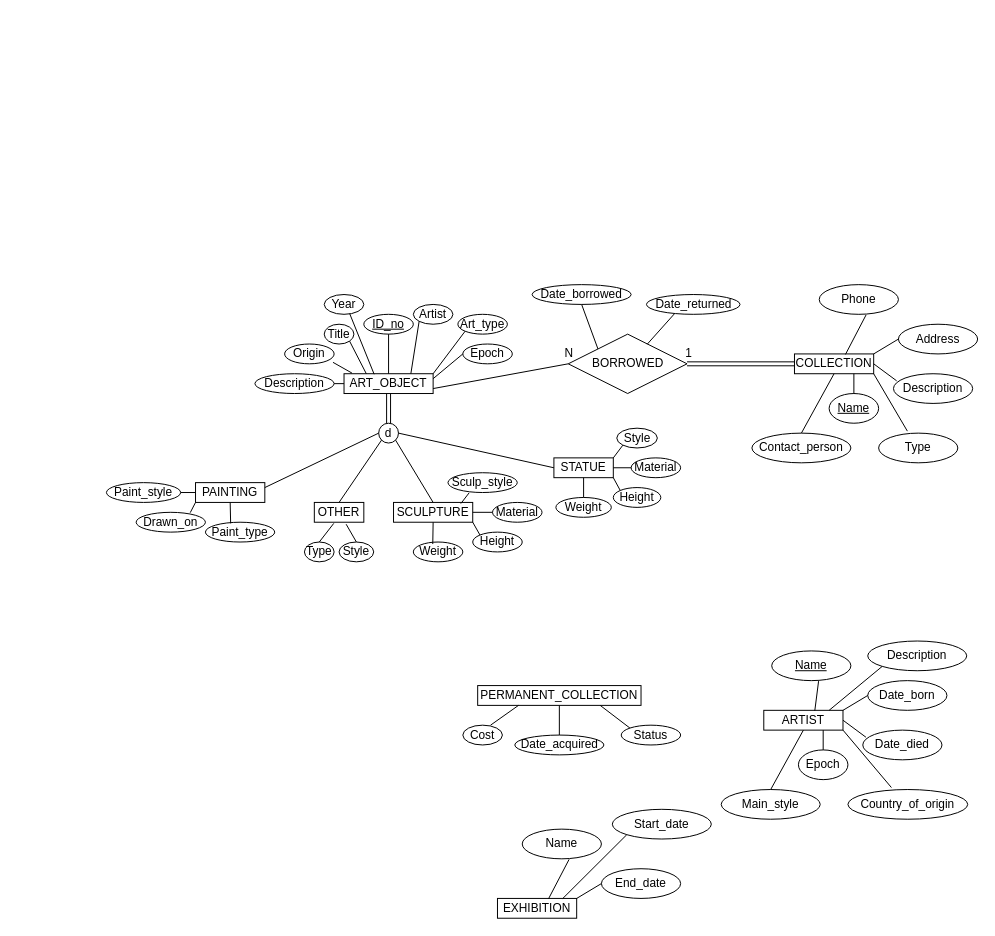
Above: .github/Untitled Diagram.drawio in Maan-Khedr-ENSF-300/museum-project-chantae-katherine (draw.io), before the change. Source tidied: cells renumbered, new cells numbered last; positions are measured from the earlier drawing's top-left corner, leaving out a move shared by most shapes. Both pictures are drawn from the tidied source at 99%, with x=0, y=0 at pixel (106, 284).
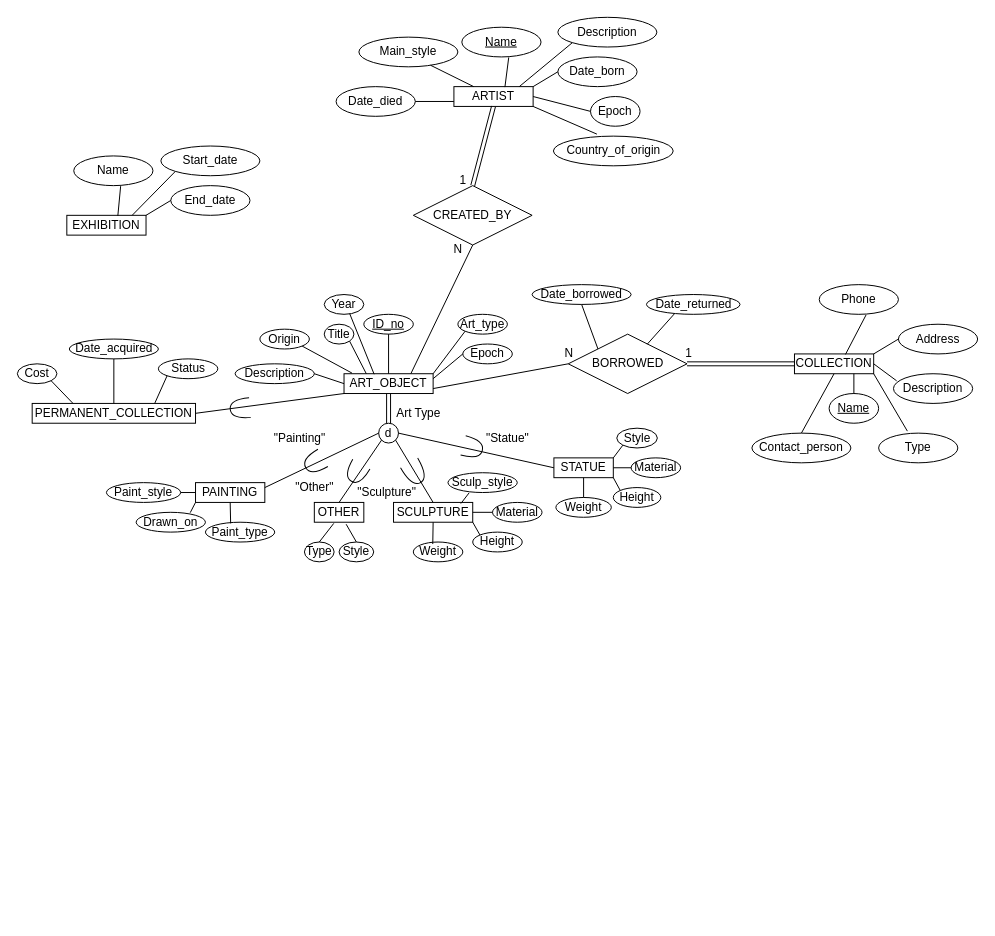
Above is the later version.

Commit message:
Added relationship to artist

Unchanged cells that the change refers to:
```xml
<mxCell id="2" value="ART_OBJECT" style="rounded=0;whiteSpace=wrap;html=1;" parent="1" vertex="1">
  <mxGeometry x="240" y="90" width="90" height="20" as="geometry" />
</mxCell>
```

Change to the diagram source:
```diff
@@
-    <mxCell id="4" value="Artist" style="ellipse;whiteSpace=wrap;html=1;" parent="1" vertex="1">
-      <mxGeometry x="310" y="20" width="40" height="20" as="geometry" />
-    </mxCell>
@@
     <mxCell id="7" value="Description" style="ellipse;whiteSpace=wrap;html=1;" parent="1" vertex="1">
-      <mxGeometry x="150" y="90" width="80" height="20" as="geometry" />
+      <mxGeometry x="130" y="80" width="80" height="20" as="geometry" />
     </mxCell>
@@
     <mxCell id="45" value="ARTIST" style="rounded=0;whiteSpace=wrap;html=1;" parent="1" vertex="1">
-      <mxGeometry x="664" y="430" width="80" height="20" as="geometry" />
+      <mxGeometry x="351" y="-200" width="80" height="20" as="geometry" />
     </mxCell>
     <mxCell id="46" value="Main_style" style="ellipse;whiteSpace=wrap;html=1;align=center;" parent="1" vertex="1">
-      <mxGeometry x="621" y="510" width="100" height="30" as="geometry" />
+      <mxGeometry x="255" y="-250" width="100" height="30" as="geometry" />
     </mxCell>
     <mxCell id="47" value="&lt;u&gt;Name&lt;/u&gt;" style="ellipse;whiteSpace=wrap;html=1;align=center;" parent="1" vertex="1">
-      <mxGeometry x="672" y="370" width="80" height="30" as="geometry" />
+      <mxGeometry x="359" y="-260" width="80" height="30" as="geometry" />
     </mxCell>
     <mxCell id="48" value="Date_born" style="ellipse;whiteSpace=wrap;html=1;align=center;" parent="1" vertex="1">
-      <mxGeometry x="769" y="400" width="80" height="30" as="geometry" />
+      <mxGeometry x="456" y="-230" width="80" height="30" as="geometry" />
     </mxCell>
     <mxCell id="49" value="Date_died" style="ellipse;whiteSpace=wrap;html=1;align=center;" parent="1" vertex="1">
-      <mxGeometry x="764" y="450" width="80" height="30" as="geometry" />
+      <mxGeometry x="232" y="-200" width="80" height="30" as="geometry" />
     </mxCell>
     <mxCell id="50" value="Country_of_origin" style="ellipse;whiteSpace=wrap;html=1;align=center;" parent="1" vertex="1">
-      <mxGeometry x="749" y="510" width="121" height="30" as="geometry" />
+      <mxGeometry x="451.5" y="-150" width="121" height="30" as="geometry" />
     </mxCell>
     <mxCell id="51" value="Epoch" style="ellipse;whiteSpace=wrap;html=1;align=center;" parent="1" vertex="1">
-      <mxGeometry x="699" y="470" width="50" height="30" as="geometry" />
+      <mxGeometry x="489" y="-190" width="50" height="30" as="geometry" />
     </mxCell>
-    <mxCell id="52" style="endArrow=none;html=1;rounded=0;exitX=0.5;exitY=0;exitDx=0;exitDy=0;entryX=0.5;entryY=1;entryDx=0;entryDy=0;" parent="1" edge="1" source="46" target="45">
-      <mxGeometry relative="1" as="geometry" />
-    </mxCell>
-    <mxCell id="53" style="endArrow=none;html=1;rounded=0;entryX=0.5;entryY=0;entryDx=0;entryDy=0;exitX=0.75;exitY=1;exitDx=0;exitDy=0;" parent="1" edge="1" source="45" target="51">
-      <mxGeometry relative="1" as="geometry" />
-    </mxCell>
@@
-    <mxCell id="57" style="endArrow=none;html=1;rounded=0;exitX=1;exitY=0.5;exitDx=0;exitDy=0;entryX=0.04;entryY=0.239;entryDx=0;entryDy=0;entryPerimeter=0;" parent="1" edge="1" source="45" target="49">
-      <mxGeometry relative="1" as="geometry" />
-    </mxCell>
     <mxCell id="58" value="Description" style="ellipse;whiteSpace=wrap;html=1;align=center;" parent="1" vertex="1">
-      <mxGeometry x="769" y="360" width="100" height="30" as="geometry" />
+      <mxGeometry x="456" y="-270" width="100" height="30" as="geometry" />
     </mxCell>
     <mxCell id="59" style="endArrow=none;html=1;rounded=0;entryX=0;entryY=1;entryDx=0;entryDy=0;" parent="1" edge="1" target="58">
       <mxGeometry relative="1" as="geometry">
-        <mxPoint x="730" y="430" as="sourcePoint" />
+        <mxPoint x="417" y="-200" as="sourcePoint" />
       </mxGeometry>
     </mxCell>
     <mxCell id="60" value="EXHIBITION" style="rounded=0;whiteSpace=wrap;html=1;" parent="1" vertex="1">
-      <mxGeometry x="395" y="620" width="80" height="20" as="geometry" />
+      <mxGeometry x="-40" y="-70" width="80" height="20" as="geometry" />
     </mxCell>
     <mxCell id="61" value="Name" style="ellipse;whiteSpace=wrap;html=1;align=center;" parent="1" vertex="1">
-      <mxGeometry x="420" y="550" width="80" height="30" as="geometry" />
+      <mxGeometry x="-33" y="-130" width="80" height="30" as="geometry" />
     </mxCell>
     <mxCell id="62" value="End_date" style="ellipse;whiteSpace=wrap;html=1;align=center;" parent="1" vertex="1">
-      <mxGeometry x="500" y="590" width="80" height="30" as="geometry" />
+      <mxGeometry x="65" y="-100" width="80" height="30" as="geometry" />
     </mxCell>
@@
     <mxCell id="65" value="Start_date" style="ellipse;whiteSpace=wrap;html=1;align=center;" parent="1" vertex="1">
-      <mxGeometry x="511" y="530" width="100" height="30" as="geometry" />
+      <mxGeometry x="55" y="-140" width="100" height="30" as="geometry" />
     </mxCell>
     <mxCell id="66" style="endArrow=none;html=1;rounded=0;entryX=0;entryY=1;entryDx=0;entryDy=0;" parent="1" edge="1" target="65">
       <mxGeometry relative="1" as="geometry">
-        <mxPoint x="461" y="620" as="sourcePoint" />
+        <mxPoint x="26" y="-70" as="sourcePoint" />
       </mxGeometry>
     </mxCell>
@@
     <mxCell id="77" value="Origin" style="ellipse;whiteSpace=wrap;html=1;" parent="1" vertex="1">
-      <mxGeometry x="180" y="60" width="50" height="20" as="geometry" />
+      <mxGeometry x="155" y="45" width="50" height="20" as="geometry" />
     </mxCell>
-    <mxCell id="78" style="endArrow=none;html=1;rounded=0;entryX=0.977;entryY=0.925;entryDx=0;entryDy=0;entryPerimeter=0;exitX=0.089;exitY=-0.033;exitDx=0;exitDy=0;exitPerimeter=0;" parent="1" edge="1" source="2" target="77">
+    <mxCell id="78" style="endArrow=none;html=1;rounded=0;entryX=1;entryY=1;entryDx=0;entryDy=0;exitX=0.089;exitY=-0.033;exitDx=0;exitDy=0;exitPerimeter=0;" parent="1" edge="1" source="2" target="77">
       <mxGeometry relative="1" as="geometry" />
     </mxCell>
@@
-    <mxCell id="80" style="endArrow=none;html=1;rounded=0;entryX=0;entryY=1;entryDx=0;entryDy=0;exitX=0.75;exitY=0;exitDx=0;exitDy=0;" parent="1" edge="1" source="2" target="4">
-      <mxGeometry relative="1" as="geometry" />
-    </mxCell>
@@
     <mxCell id="83" value="PERMANENT_COLLECTION" style="rounded=0;whiteSpace=wrap;html=1;" parent="1" vertex="1">
-      <mxGeometry x="375" y="405" width="165" height="20" as="geometry" />
+      <mxGeometry x="-75" y="120" width="165" height="20" as="geometry" />
     </mxCell>
     <mxCell id="84" value="Date_acquired" style="ellipse;whiteSpace=wrap;html=1;" parent="1" vertex="1">
-      <mxGeometry x="412.5" y="455" width="90" height="20" as="geometry" />
+      <mxGeometry x="-37.5" y="55" width="90" height="20" as="geometry" />
     </mxCell>
     <mxCell id="85" value="Status" style="ellipse;whiteSpace=wrap;html=1;" parent="1" vertex="1">
-      <mxGeometry x="520" y="445" width="60" height="20" as="geometry" />
+      <mxGeometry x="52.5" y="75" width="60" height="20" as="geometry" />
     </mxCell>
     <mxCell id="86" value="Cost" style="ellipse;whiteSpace=wrap;html=1;" parent="1" vertex="1">
-      <mxGeometry x="360" y="445" width="40" height="20" as="geometry" />
+      <mxGeometry x="-90" y="80" width="40" height="20" as="geometry" />
     </mxCell>
-    <mxCell id="87" style="endArrow=none;html=1;rounded=0;entryX=0.5;entryY=1;entryDx=0;entryDy=0;exitX=0.5;exitY=0;exitDx=0;exitDy=0;" parent="1" edge="1" source="84" target="83">
-      <mxGeometry relative="1" as="geometry" />
-    </mxCell>
-    <mxCell id="88" style="endArrow=none;html=1;rounded=0;exitX=0.7;exitY=0;exitDx=0;exitDy=0;exitPerimeter=0;entryX=0.25;entryY=1;entryDx=0;entryDy=0;" parent="1" edge="1" source="86" target="83">
-      <mxGeometry relative="1" as="geometry" />
-    </mxCell>
-    <mxCell id="89" style="endArrow=none;html=1;rounded=0;entryX=0;entryY=0;entryDx=0;entryDy=0;exitX=0.75;exitY=1;exitDx=0;exitDy=0;" parent="1" edge="1" source="83" target="85">
-      <mxGeometry relative="1" as="geometry" />
-    </mxCell>
@@
+    <mxCell id="106" style="shape=requiredInterface;html=1;verticalLabelPosition=bottom;sketch=0;rotation=-210;" parent="1" vertex="1">
+      <mxGeometry x="200" y="170" width="20" height="20" as="geometry" />
+    </mxCell>
+    <mxCell id="107" style="shape=requiredInterface;html=1;verticalLabelPosition=bottom;sketch=0;rotation=120;" parent="1" vertex="1">
+      <mxGeometry x="242.5" y="180" width="20" height="20" as="geometry" />
+    </mxCell>
+    <mxCell id="108" style="shape=requiredInterface;html=1;verticalLabelPosition=bottom;sketch=0;rotation=60;" parent="1" vertex="1">
+      <mxGeometry x="300" y="180" width="23" height="20" as="geometry" />
+    </mxCell>
+    <mxCell id="109" style="shape=requiredInterface;html=1;verticalLabelPosition=bottom;sketch=0;rotation=15;" parent="1" vertex="1">
+      <mxGeometry x="360" y="155" width="20" height="20" as="geometry" />
+    </mxCell>
+    <mxCell id="110" style="endArrow=none;html=1;rounded=0;exitX=1;exitY=0.5;exitDx=0;exitDy=0;entryX=0;entryY=0.75;entryDx=0;entryDy=0;" parent="1" edge="1" source="49" target="45">
+      <mxGeometry relative="1" as="geometry" />
+    </mxCell>
+    <mxCell id="111" value="Art Type" style="text;html=1;align=center;verticalAlign=middle;strokeColor=none;fillColor=none;" parent="1" vertex="1">
+      <mxGeometry x="280" y="115" width="70" height="30" as="geometry" />
+    </mxCell>
+    <mxCell id="112" value="&quot;Painting&quot;" style="text;html=1;align=center;verticalAlign=middle;strokeColor=none;fillColor=none;" parent="1" vertex="1">
+      <mxGeometry x="155" y="140" width="80" height="30" as="geometry" />
+    </mxCell>
+    <mxCell id="113" value="&quot;Other&quot;" style="text;html=1;align=center;verticalAlign=middle;strokeColor=none;fillColor=none;" parent="1" vertex="1">
+      <mxGeometry x="180" y="190" width="60" height="30" as="geometry" />
+    </mxCell>
+    <mxCell id="114" value="&quot;Sculpture&quot;" style="text;html=1;align=center;verticalAlign=middle;strokeColor=none;fillColor=none;" parent="1" vertex="1">
+      <mxGeometry x="243" y="195" width="80" height="30" as="geometry" />
+    </mxCell>
+    <mxCell id="115" value="&quot;Statue&quot;" style="text;html=1;align=center;verticalAlign=middle;strokeColor=none;fillColor=none;" parent="1" vertex="1">
+      <mxGeometry x="370" y="140" width="70" height="30" as="geometry" />
+    </mxCell>
+    <mxCell id="116" style="endArrow=none;html=1;rounded=0;entryX=0.5;entryY=1;entryDx=0;entryDy=0;exitX=0.5;exitY=0;exitDx=0;exitDy=0;" parent="1" edge="1" source="83" target="84">
+      <mxGeometry relative="1" as="geometry" />
+    </mxCell>
+    <mxCell id="117" style="endArrow=none;html=1;rounded=0;entryX=1;entryY=1;entryDx=0;entryDy=0;exitX=0.25;exitY=0;exitDx=0;exitDy=0;" parent="1" edge="1" source="83" target="86">
+      <mxGeometry relative="1" as="geometry" />
+    </mxCell>
+    <mxCell id="89" style="endArrow=none;html=1;rounded=0;entryX=0;entryY=1;entryDx=0;entryDy=0;exitX=0.75;exitY=0;exitDx=0;exitDy=0;" parent="1" edge="1" source="83" target="85">
+      <mxGeometry relative="1" as="geometry" />
+    </mxCell>
+    <mxCell id="118" style="endArrow=none;html=1;rounded=0;entryX=0;entryY=1;entryDx=0;entryDy=0;exitX=1;exitY=0.5;exitDx=0;exitDy=0;" parent="1" edge="1" source="83" target="2">
+      <mxGeometry relative="1" as="geometry" />
+    </mxCell>
+    <mxCell id="119" style="shape=requiredInterface;html=1;verticalLabelPosition=bottom;sketch=0;rotation=-185;" parent="1" vertex="1">
+      <mxGeometry x="125" y="115" width="20" height="20" as="geometry" />
+    </mxCell>
+    <mxCell id="120" style="endArrow=none;html=1;rounded=0;entryX=0.724;entryY=0.947;entryDx=0;entryDy=0;entryPerimeter=0;exitX=0.25;exitY=0;exitDx=0;exitDy=0;" parent="1" edge="1" source="45" target="46">
+      <mxGeometry relative="1" as="geometry" />
+    </mxCell>
+    <mxCell id="53" style="endArrow=none;html=1;rounded=0;entryX=0;entryY=0.5;entryDx=0;entryDy=0;exitX=1;exitY=0.5;exitDx=0;exitDy=0;" parent="1" edge="1" source="45" target="51">
+      <mxGeometry relative="1" as="geometry" />
+    </mxCell>
+    <mxCell id="121" value="CREATED_BY" style="shape=rhombus;perimeter=rhombusPerimeter;whiteSpace=wrap;html=1;align=center;" parent="1" vertex="1">
+      <mxGeometry x="310" y="-100" width="120" height="60" as="geometry" />
+    </mxCell>
+    <mxCell id="122" style="shape=link;html=1;rounded=0;entryX=0.5;entryY=1;entryDx=0;entryDy=0;exitX=0.5;exitY=0;exitDx=0;exitDy=0;" parent="1" edge="1" source="121" target="45">
+      <mxGeometry relative="1" as="geometry" />
+    </mxCell>
+    <mxCell id="123" style="endArrow=none;html=1;rounded=0;exitX=0.75;exitY=0;exitDx=0;exitDy=0;entryX=0.5;entryY=1;entryDx=0;entryDy=0;" parent="1" edge="1" source="2" target="121">
+      <mxGeometry relative="1" as="geometry" />
+    </mxCell>
+    <mxCell id="124" value="1" style="text;html=1;align=center;verticalAlign=middle;strokeColor=none;fillColor=none;" parent="1" vertex="1">
+      <mxGeometry x="345" y="-120" width="30" height="30" as="geometry" />
+    </mxCell>
+    <mxCell id="125" value="N" style="text;html=1;align=center;verticalAlign=middle;strokeColor=none;fillColor=none;" parent="1" vertex="1">
+      <mxGeometry x="340" y="-50" width="30" height="30" as="geometry" />
+    </mxCell>
```
